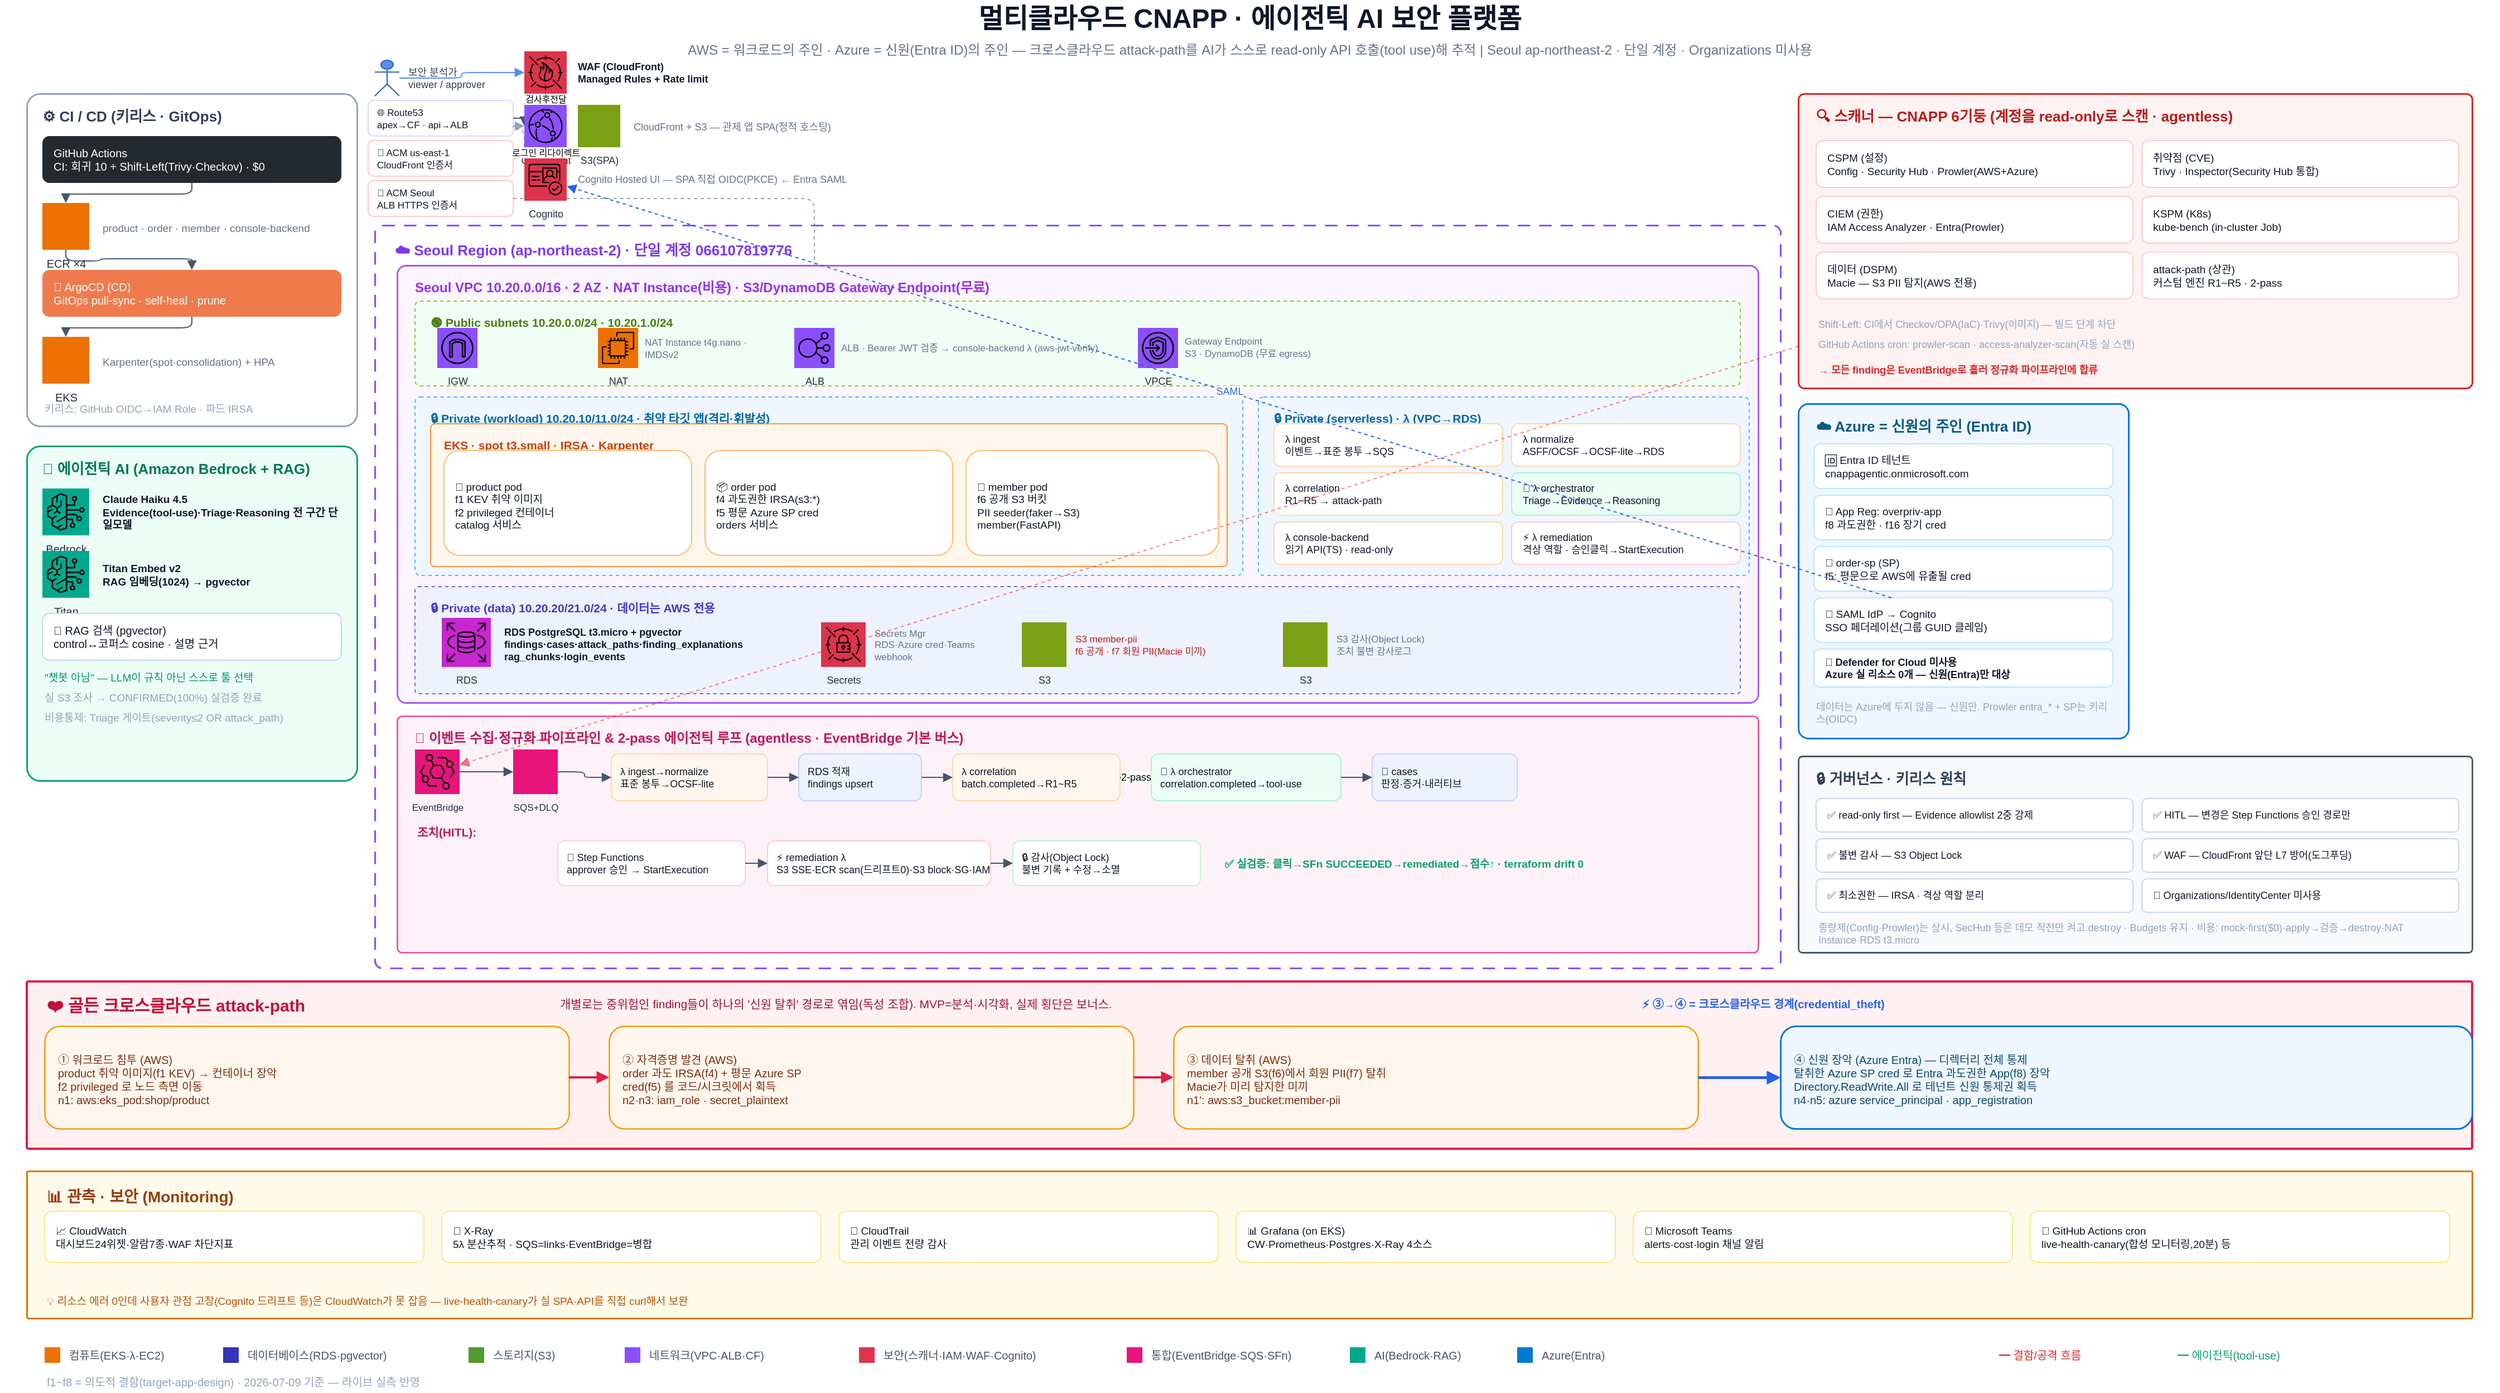
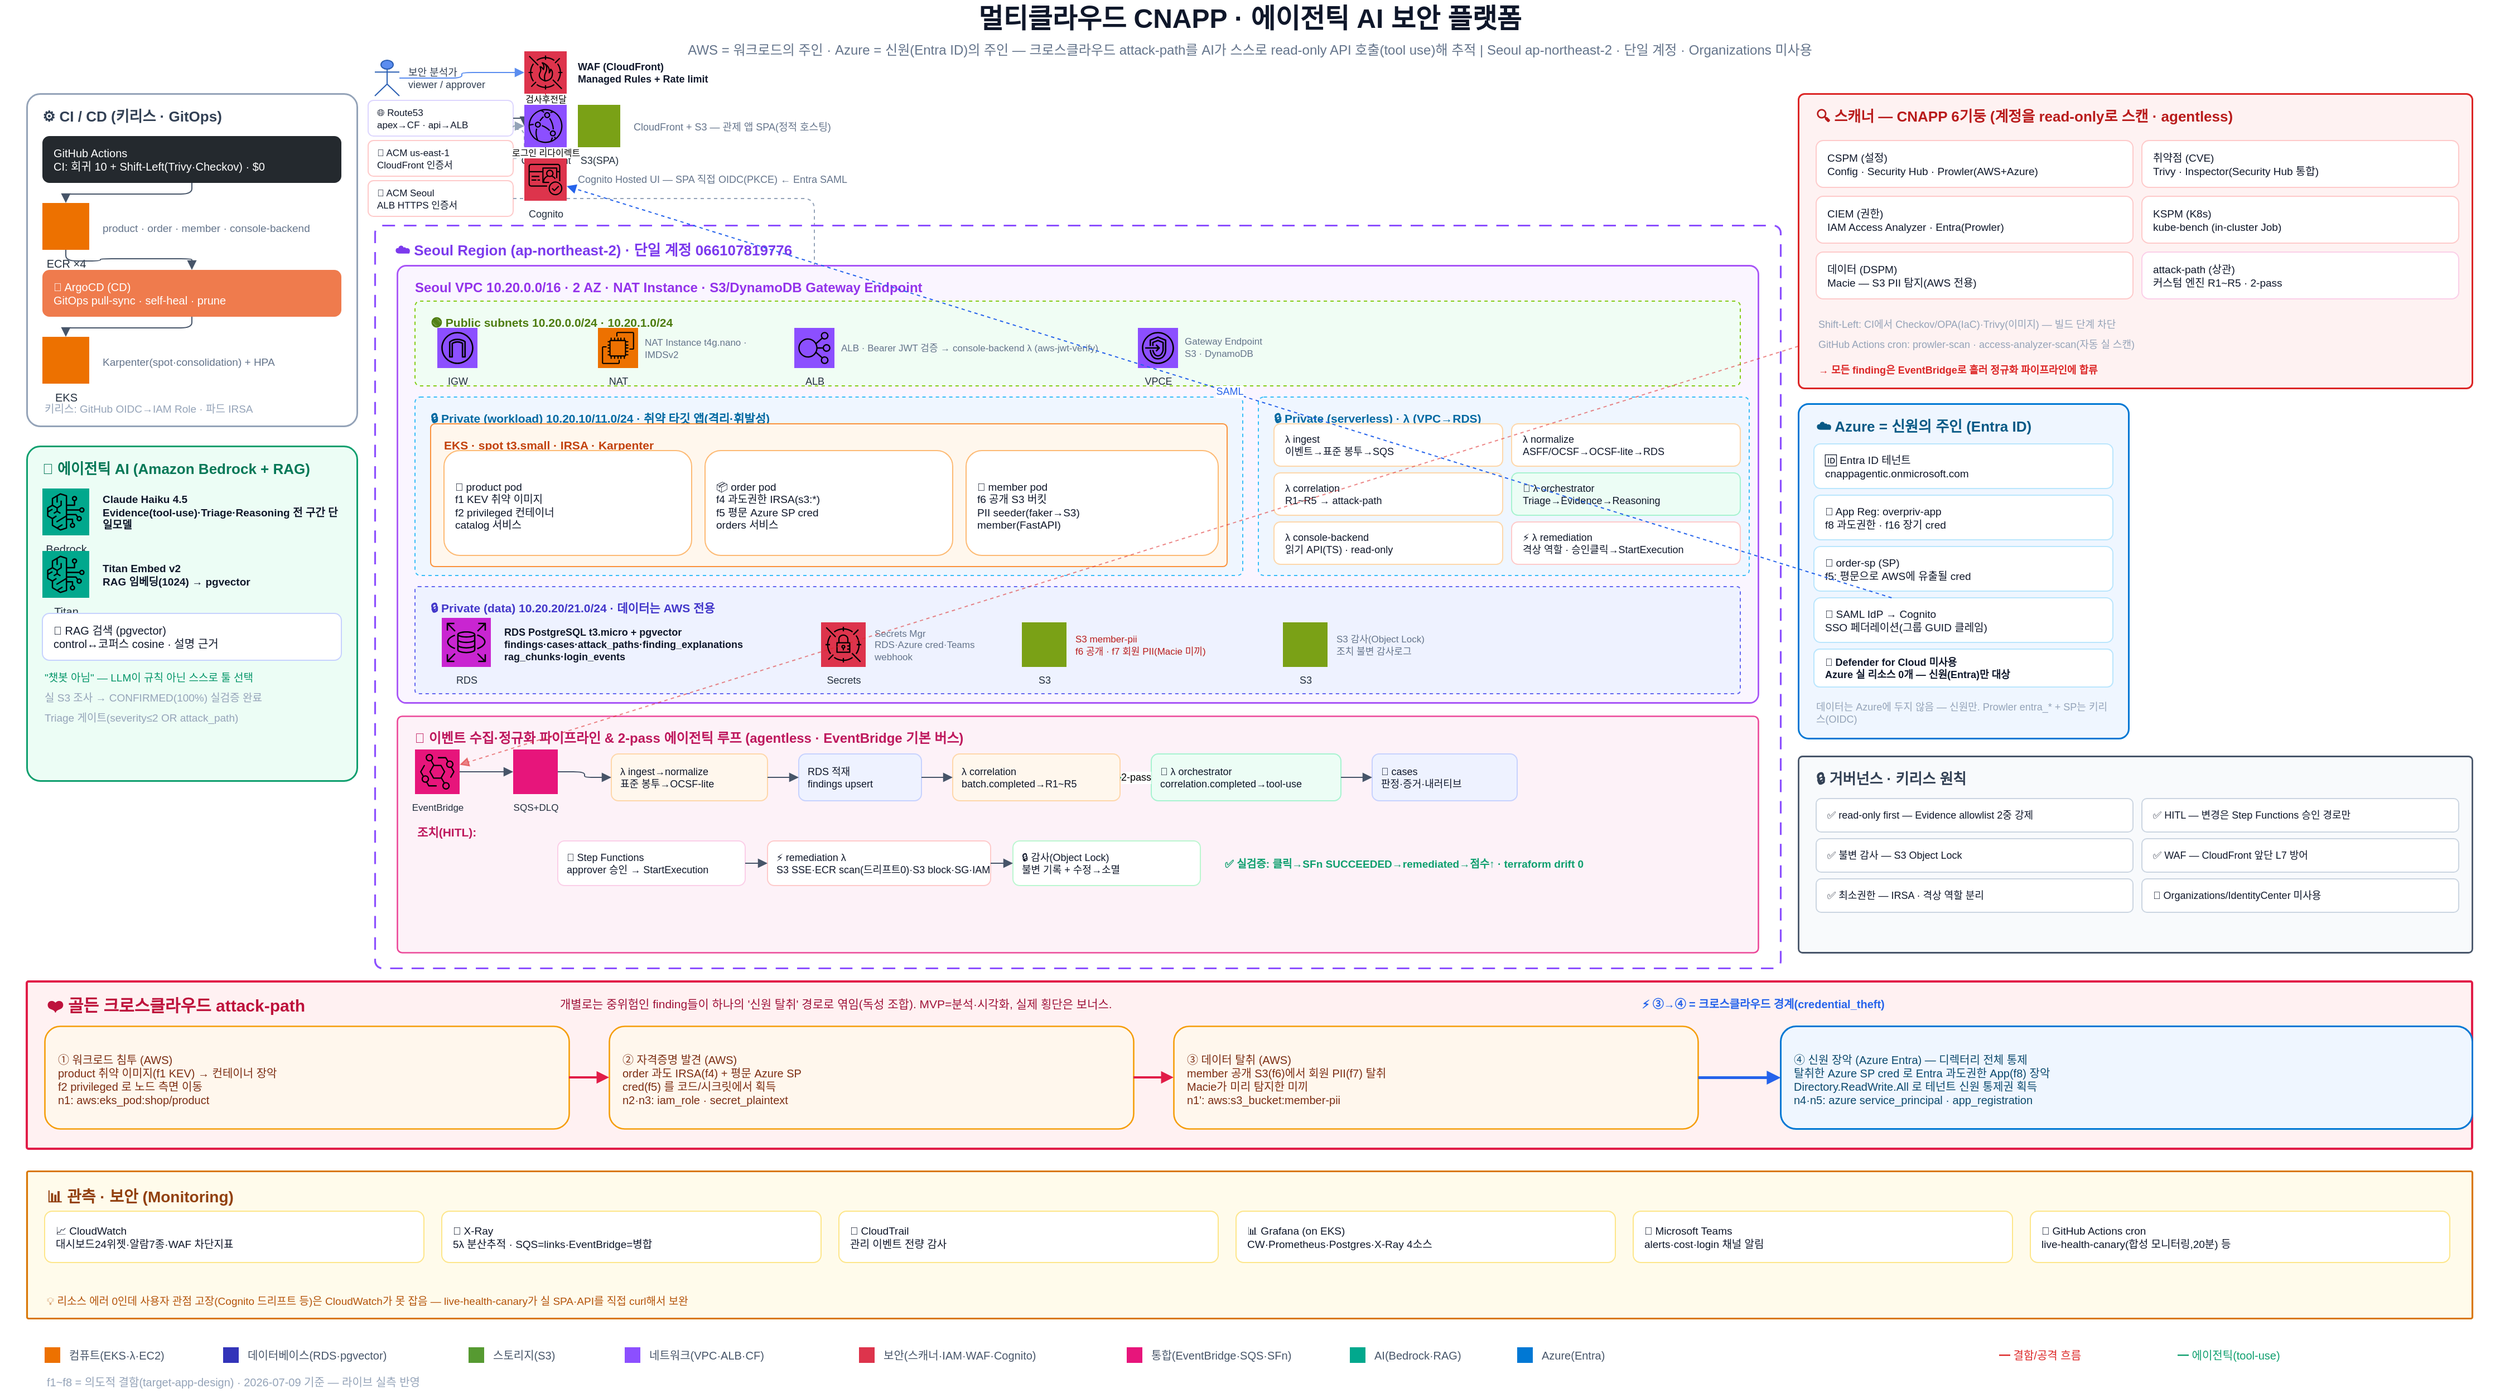
<mxfile host="app.diagrams.net" agent="claude-code" version="24.0.0">
  <diagram id="cnapp-overview-v2" name="CNAPP 전체 개요">
    <mxGraphModel dx="1600" dy="1000" grid="1" gridSize="10" guides="1" tooltips="1" connect="1" arrows="1" fold="1" page="1" pageScale="1" pageWidth="2240" pageHeight="1260" math="0" shadow="0">
      <root>
        <mxCell id="0" />
        <mxCell id="1" parent="0" />

        <!-- ===================== TITLE ===================== -->
        <mxCell id="title" value="멀티클라우드 CNAPP · 에이전틱 AI 보안 플랫폼" style="text;html=1;fontSize=24;fontStyle=1;align=center;verticalAlign=middle;fontColor=#0F172A;" vertex="1" parent="1">
          <mxGeometry x="0" y="4" width="2240" height="34" as="geometry" />
        </mxCell>
        <mxCell id="subtitle" value="AWS = 워크로드의 주인 · Azure = 신원(Entra ID)의 주인 — 크로스클라우드 attack-path를 AI가 스스로 read-only API 호출(tool use)해 추적 | Seoul ap-northeast-2 · 단일 계정 · Organizations 미사용" style="text;html=1;fontSize=12;align=center;verticalAlign=middle;fontColor=#64748B;" vertex="1" parent="1">
          <mxGeometry x="0" y="38" width="2240" height="22" as="geometry" />
        </mxCell>

        <!-- ===================== LEFT: CI/CD ===================== -->
        <mxCell id="Z_CICD" value="⚙️ CI / CD  (키리스 · GitOps)" style="rounded=1;arcSize=4;whiteSpace=wrap;html=1;fillColor=#FFFFFF;strokeColor=#94A3B8;strokeWidth=1.5;verticalAlign=top;align=left;spacingLeft=12;spacingTop=6;fontStyle=1;fontSize=13;fontColor=#334155;" vertex="1" parent="1">
          <mxGeometry x="24" y="88" width="296" height="298" as="geometry" />
        </mxCell>
        <mxCell id="GHA" value="GitHub Actions&#10;CI: 회귀 10 + Shift-Left(Trivy·Checkov) · $0" style="rounded=1;whiteSpace=wrap;html=1;fillColor=#24292E;strokeColor=none;fontColor=#FFFFFF;fontSize=10;align=left;spacingLeft=8;" vertex="1" parent="1">
          <mxGeometry x="38" y="126" width="268" height="42" as="geometry" />
        </mxCell>
        <mxCell id="ECR" value="ECR ×4" style="sketch=0;outlineConnect=0;fontColor=#232F3E;gradientColor=none;fillColor=#ED7100;strokeColor=none;verticalLabelPosition=bottom;verticalAlign=top;align=center;html=1;fontSize=10;aspect=fixed;shape=mxgraph.aws4.resourceIcon;resIcon=mxgraph.aws4.elastic_container_registry;" vertex="1" parent="1">
          <mxGeometry x="38" y="186" width="42" height="42" as="geometry" />
        </mxCell>
        <mxCell id="ECR_TXT" value="product · order · member · console-backend" style="text;html=1;whiteSpace=wrap;align=left;verticalAlign=middle;fontSize=9.5;fontColor=#64748B;" vertex="1" parent="1">
          <mxGeometry x="90" y="196" width="216" height="24" as="geometry" />
        </mxCell>
        <mxCell id="ARGO" value="🚢 ArgoCD (CD)&#10;GitOps pull-sync · self-heal · prune" style="rounded=1;whiteSpace=wrap;html=1;fillColor=#EF7B4D;strokeColor=none;fontColor=#FFFFFF;fontSize=10;align=left;spacingLeft=8;" vertex="1" parent="1">
          <mxGeometry x="38" y="246" width="268" height="42" as="geometry" />
        </mxCell>
        <mxCell id="EKS" value="EKS" style="sketch=0;outlineConnect=0;fontColor=#232F3E;gradientColor=none;fillColor=#ED7100;strokeColor=none;verticalLabelPosition=bottom;verticalAlign=top;align=center;html=1;fontSize=10;aspect=fixed;shape=mxgraph.aws4.resourceIcon;resIcon=mxgraph.aws4.elastic_kubernetes_service;" vertex="1" parent="1">
          <mxGeometry x="38" y="306" width="42" height="42" as="geometry" />
        </mxCell>
        <mxCell id="EKS_TXT" value="Karpenter(spot·consolidation) + HPA" style="text;html=1;whiteSpace=wrap;align=left;verticalAlign=middle;fontSize=9.5;fontColor=#64748B;" vertex="1" parent="1">
          <mxGeometry x="90" y="316" width="216" height="24" as="geometry" />
        </mxCell>
        <mxCell id="CICD_NOTE" value="키리스: GitHub OIDC→IAM Role · 파드 IRSA" style="text;html=1;whiteSpace=wrap;align=left;verticalAlign=middle;fontSize=9.5;fontColor=#94A3B8;" vertex="1" parent="1">
          <mxGeometry x="38" y="360" width="268" height="20" as="geometry" />
        </mxCell>
        <mxCell id="e_c1" style="edgeStyle=orthogonalEdgeStyle;rounded=1;html=1;endArrow=block;strokeColor=#475569;" edge="1" parent="1" source="GHA" target="ECR"><mxGeometry relative="1" as="geometry" /></mxCell>
        <mxCell id="e_c2" style="edgeStyle=orthogonalEdgeStyle;rounded=1;html=1;endArrow=block;strokeColor=#475569;" edge="1" parent="1" source="ECR" target="ARGO"><mxGeometry relative="1" as="geometry" /></mxCell>
        <mxCell id="e_c3" style="edgeStyle=orthogonalEdgeStyle;rounded=1;html=1;endArrow=block;strokeColor=#475569;" edge="1" parent="1" source="ARGO" target="EKS"><mxGeometry relative="1" as="geometry" /></mxCell>

        <!-- ===================== LEFT: AI ===================== -->
        <mxCell id="Z_AI" value="🧠 에이전틱 AI  (Amazon Bedrock + RAG)" style="rounded=1;arcSize=4;whiteSpace=wrap;html=1;fillColor=#ECFDF5;strokeColor=#0E9F6E;strokeWidth=1.5;verticalAlign=top;align=left;spacingLeft=12;spacingTop=6;fontStyle=1;fontSize=13;fontColor=#047857;" vertex="1" parent="1">
          <mxGeometry x="24" y="404" width="296" height="300" as="geometry" />
        </mxCell>
        <mxCell id="BR" value="Bedrock" style="sketch=0;outlineConnect=0;fontColor=#232F3E;gradientColor=none;fillColor=#01A88D;strokeColor=none;verticalLabelPosition=bottom;verticalAlign=top;align=center;html=1;fontSize=10;aspect=fixed;shape=mxgraph.aws4.resourceIcon;resIcon=mxgraph.aws4.bedrock;" vertex="1" parent="1">
          <mxGeometry x="38" y="442" width="42" height="42" as="geometry" />
        </mxCell>
        <mxCell id="BR_TXT" value="Claude Haiku 4.5&#10;Evidence(tool-use)·Triage·Reasoning 전 구간 단일모델" style="text;html=1;whiteSpace=wrap;align=left;verticalAlign=middle;fontSize=9.5;fontColor=#0F172A;fontStyle=1;" vertex="1" parent="1">
          <mxGeometry x="90" y="440" width="216" height="46" as="geometry" />
        </mxCell>
        <mxCell id="TITAN" value="Titan" style="sketch=0;outlineConnect=0;fontColor=#232F3E;gradientColor=none;fillColor=#01A88D;strokeColor=none;verticalLabelPosition=bottom;verticalAlign=top;align=center;html=1;fontSize=10;aspect=fixed;shape=mxgraph.aws4.resourceIcon;resIcon=mxgraph.aws4.bedrock;" vertex="1" parent="1">
          <mxGeometry x="38" y="498" width="42" height="42" as="geometry" />
        </mxCell>
        <mxCell id="TITAN_TXT" value="Titan Embed v2&#10;RAG 임베딩(1024) → pgvector" style="text;html=1;whiteSpace=wrap;align=left;verticalAlign=middle;fontSize=9.5;fontColor=#0F172A;fontStyle=1;" vertex="1" parent="1">
          <mxGeometry x="90" y="500" width="216" height="38" as="geometry" />
        </mxCell>
        <mxCell id="RAGBOX" value="🔎 RAG 검색 (pgvector)&#10;control↔코퍼스 cosine · 설명 근거" style="rounded=1;whiteSpace=wrap;html=1;fillColor=#FFFFFF;strokeColor=#C7D2FE;fontColor=#0F172A;fontSize=10;align=left;spacingLeft=8;" vertex="1" parent="1">
          <mxGeometry x="38" y="554" width="268" height="42" as="geometry" />
        </mxCell>
        <mxCell id="AI_N1" value="&quot;챗봇 아님&quot; — LLM이 규칙 아닌 스스로 툴 선택" style="text;html=1;whiteSpace=wrap;align=left;verticalAlign=middle;fontSize=9.5;fontColor=#059669;" vertex="1" parent="1">
          <mxGeometry x="38" y="602" width="268" height="18" as="geometry" />
        </mxCell>
        <mxCell id="AI_N2" value="실 S3 조사 → CONFIRMED(100%) 실검증 완료" style="text;html=1;whiteSpace=wrap;align=left;verticalAlign=middle;fontSize=9.5;fontColor=#94A3B8;" vertex="1" parent="1">
          <mxGeometry x="38" y="620" width="268" height="18" as="geometry" />
        </mxCell>
-         <mxCell id="AI_N4" value="비용통제: Triage 게이트(severity≤2 OR attack_path)" style="text;html=1;whiteSpace=wrap;align=left;verticalAlign=middle;fontSize=9.5;fontColor=#94A3B8;" vertex="1" parent="1">
+         <mxCell id="AI_N4" value="Triage 게이트(severity≤2 OR attack_path)" style="text;html=1;whiteSpace=wrap;align=left;verticalAlign=middle;fontSize=9.5;fontColor=#94A3B8;" vertex="1" parent="1">
          <mxGeometry x="38" y="638" width="268" height="18" as="geometry" />
        </mxCell>

        <!-- ===================== TOP: SSO 진입 (옵션B: SPA 직접 OIDC) ===================== -->
        <mxCell id="USER" value="" style="shape=umlActor;html=1;outlineConnect=0;fillColor=#5B8DEF;strokeColor=#2B5FB3;" vertex="1" parent="1">
          <mxGeometry x="336" y="58" width="22" height="32" as="geometry" />
        </mxCell>
        <mxCell id="USER_TXT" value="보안 분석가&#10;viewer / approver" style="text;html=1;whiteSpace=wrap;align=left;verticalAlign=middle;fontSize=9;fontColor=#334155;" vertex="1" parent="1">
          <mxGeometry x="364" y="58" width="100" height="32" as="geometry" />
        </mxCell>

        <!-- ===================== TOP: Route53 + ACM ===================== -->
        <mxCell id="ROUTE53" value="🌐 Route53&#10;apex→CF · api→ALB" style="rounded=1;whiteSpace=wrap;html=1;fillColor=#FFFFFF;strokeColor=#DDD6FE;fontColor=#0F172A;fontSize=8.5;align=left;spacingLeft=6;verticalAlign=middle;" vertex="1" parent="1">
          <mxGeometry x="330" y="94" width="130" height="32" as="geometry" />
        </mxCell>
        <mxCell id="ACM_CF" value="📜 ACM us-east-1&#10;CloudFront 인증서" style="rounded=1;whiteSpace=wrap;html=1;fillColor=#FFFFFF;strokeColor=#FECACA;fontColor=#0F172A;fontSize=8.5;align=left;spacingLeft=6;verticalAlign=middle;" vertex="1" parent="1">
          <mxGeometry x="330" y="130" width="130" height="32" as="geometry" />
        </mxCell>
        <mxCell id="ACM_ALB" value="📜 ACM Seoul&#10;ALB HTTPS 인증서" style="rounded=1;whiteSpace=wrap;html=1;fillColor=#FFFFFF;strokeColor=#FECACA;fontColor=#0F172A;fontSize=8.5;align=left;spacingLeft=6;verticalAlign=middle;" vertex="1" parent="1">
          <mxGeometry x="330" y="166" width="130" height="32" as="geometry" />
        </mxCell>
        <mxCell id="e_r53_cf" style="edgeStyle=orthogonalEdgeStyle;rounded=1;html=1;endArrow=block;strokeColor=#475569;" edge="1" parent="1" source="ROUTE53" target="CF"><mxGeometry relative="1" as="geometry" /></mxCell>
        <mxCell id="e_acmcf_cf" style="edgeStyle=orthogonalEdgeStyle;rounded=1;html=1;endArrow=block;dashed=1;strokeColor=#94A3B8;" edge="1" parent="1" source="ACM_CF" target="CF"><mxGeometry relative="1" as="geometry" /></mxCell>
        <mxCell id="e_acmalb_alb" style="edgeStyle=orthogonalEdgeStyle;rounded=1;html=1;endArrow=block;dashed=1;strokeColor=#94A3B8;" edge="1" parent="1" source="ACM_ALB" target="ALB"><mxGeometry relative="1" as="geometry" /></mxCell>
        <mxCell id="WAF" value="WAF" style="sketch=0;outlineConnect=0;fontColor=#232F3E;gradientColor=none;fillColor=#DD344C;strokeColor=none;verticalLabelPosition=bottom;verticalAlign=top;align=center;html=1;fontSize=9;aspect=fixed;shape=mxgraph.aws4.resourceIcon;resIcon=mxgraph.aws4.waf;" vertex="1" parent="1">
          <mxGeometry x="470" y="50" width="38" height="38" as="geometry" />
        </mxCell>
        <mxCell id="WAF_TXT" value="WAF (CloudFront)&#10;Managed Rules + Rate limit" style="text;html=1;whiteSpace=wrap;align=left;verticalAlign=middle;fontSize=9;fontColor=#0F172A;fontStyle=1;" vertex="1" parent="1">
          <mxGeometry x="516" y="52" width="180" height="34" as="geometry" />
        </mxCell>
        <mxCell id="CF" value="CloudFront" style="sketch=0;outlineConnect=0;fontColor=#232F3E;gradientColor=none;fillColor=#8C4FFF;strokeColor=none;verticalLabelPosition=bottom;verticalAlign=top;align=center;html=1;fontSize=9;aspect=fixed;shape=mxgraph.aws4.resourceIcon;resIcon=mxgraph.aws4.cloudfront;" vertex="1" parent="1">
          <mxGeometry x="470" y="98" width="38" height="38" as="geometry" />
        </mxCell>
        <mxCell id="SPA" value="S3(SPA)" style="sketch=0;outlineConnect=0;fontColor=#232F3E;gradientColor=none;fillColor=#7AA116;strokeColor=none;verticalLabelPosition=bottom;verticalAlign=top;align=center;html=1;fontSize=9;aspect=fixed;shape=mxgraph.aws4.resourceIcon;resIcon=mxgraph.aws4.simple_storage_service;" vertex="1" parent="1">
          <mxGeometry x="518" y="98" width="38" height="38" as="geometry" />
        </mxCell>
        <mxCell id="CF_TXT" value="CloudFront + S3 — 관제 앱 SPA(정적 호스팅)" style="text;html=1;whiteSpace=wrap;align=left;verticalAlign=middle;fontSize=9;fontColor=#64748B;" vertex="1" parent="1">
          <mxGeometry x="566" y="106" width="200" height="24" as="geometry" />
        </mxCell>
        <mxCell id="COG" value="Cognito" style="sketch=0;outlineConnect=0;fontColor=#232F3E;gradientColor=none;fillColor=#DD344C;strokeColor=none;verticalLabelPosition=bottom;verticalAlign=top;align=center;html=1;fontSize=9;aspect=fixed;shape=mxgraph.aws4.resourceIcon;resIcon=mxgraph.aws4.cognito;" vertex="1" parent="1">
          <mxGeometry x="470" y="146" width="38" height="38" as="geometry" />
        </mxCell>
        <mxCell id="COG_TXT" value="Cognito Hosted UI — SPA 직접 OIDC(PKCE) ← Entra SAML" style="text;html=1;whiteSpace=wrap;align=left;verticalAlign=middle;fontSize=9;fontColor=#64748B;" vertex="1" parent="1">
          <mxGeometry x="516" y="146" width="250" height="38" as="geometry" />
        </mxCell>
        <mxCell id="e_u1" style="edgeStyle=orthogonalEdgeStyle;rounded=1;html=1;endArrow=block;strokeColor=#5B8DEF;fontSize=9;" edge="1" parent="1" source="USER" target="WAF"><mxGeometry relative="1" as="geometry" /></mxCell>
        <mxCell id="e_u2" value="검사후전달" style="edgeStyle=orthogonalEdgeStyle;rounded=1;html=1;endArrow=block;strokeColor=#DD344C;fontSize=8;" edge="1" parent="1" source="WAF" target="CF"><mxGeometry relative="1" as="geometry" /></mxCell>
        <mxCell id="e_u3" value="로그인 리다이렉트" style="edgeStyle=orthogonalEdgeStyle;rounded=1;html=1;endArrow=block;strokeColor=#475569;fontSize=8;" edge="1" parent="1" source="CF" target="COG"><mxGeometry relative="1" as="geometry" /></mxCell>

        <!-- ===================== CENTER: Seoul Region ===================== -->
        <mxCell id="Z_REGION" value="☁️ Seoul Region (ap-northeast-2) · 단일 계정 066107819776" style="rounded=1;arcSize=1;whiteSpace=wrap;html=1;fillColor=none;strokeColor=#8C4FFF;strokeWidth=1.6;dashed=1;dashPattern=7 5;verticalAlign=top;align=left;spacingLeft=16;spacingTop=8;fontStyle=1;fontSize=13;fontColor=#7C3AED;" vertex="1" parent="1">
          <mxGeometry x="336" y="206" width="1260" height="666" as="geometry" />
        </mxCell>
-         <mxCell id="Z_VPC" value="Seoul VPC 10.20.0.0/16 · 2 AZ · NAT Instance(비용) · S3/DynamoDB Gateway Endpoint(무료)" style="rounded=1;arcSize=2;whiteSpace=wrap;html=1;fillColor=#FAF5FF;strokeColor=#A855F7;strokeWidth=1.4;verticalAlign=top;align=left;spacingLeft=14;spacingTop=6;fontStyle=1;fontSize=12;fontColor=#9333EA;" vertex="1" parent="1">
+         <mxCell id="Z_VPC" value="Seoul VPC 10.20.0.0/16 · 2 AZ · NAT Instance · S3/DynamoDB Gateway Endpoint" style="rounded=1;arcSize=2;whiteSpace=wrap;html=1;fillColor=#FAF5FF;strokeColor=#A855F7;strokeWidth=1.4;verticalAlign=top;align=left;spacingLeft=14;spacingTop=6;fontStyle=1;fontSize=12;fontColor=#9333EA;" vertex="1" parent="1">
          <mxGeometry x="356" y="242" width="1220" height="392" as="geometry" />
        </mxCell>

        <!-- Public subnet -->
        <mxCell id="Z_PUB" value="🟢 Public subnets  10.20.0.0/24 · 10.20.1.0/24" style="rounded=1;arcSize=6;whiteSpace=wrap;html=1;fillColor=#F0FDF4;strokeColor=#84CC16;dashed=1;verticalAlign=top;align=left;spacingLeft=12;spacingTop=6;fontStyle=1;fontSize=10.5;fontColor=#4D7C0F;" vertex="1" parent="1">
          <mxGeometry x="372" y="274" width="1188" height="76" as="geometry" />
        </mxCell>
        <mxCell id="IGW" value="IGW" style="sketch=0;outlineConnect=0;fontColor=#232F3E;gradientColor=none;fillColor=#8C4FFF;strokeColor=none;verticalLabelPosition=bottom;verticalAlign=top;align=center;html=1;fontSize=9;aspect=fixed;shape=mxgraph.aws4.resourceIcon;resIcon=mxgraph.aws4.internet_gateway;" vertex="1" parent="1">
          <mxGeometry x="392" y="298" width="36" height="36" as="geometry" />
        </mxCell>
        <mxCell id="NAT" value="NAT" style="sketch=0;outlineConnect=0;fontColor=#232F3E;gradientColor=none;fillColor=#ED7100;strokeColor=none;verticalLabelPosition=bottom;verticalAlign=top;align=center;html=1;fontSize=9;aspect=fixed;shape=mxgraph.aws4.resourceIcon;resIcon=mxgraph.aws4.ec2;" vertex="1" parent="1">
          <mxGeometry x="536" y="298" width="36" height="36" as="geometry" />
        </mxCell>
        <mxCell id="NAT_TXT" value="NAT Instance t4g.nano · IMDSv2" style="text;html=1;whiteSpace=wrap;align=left;verticalAlign=middle;fontSize=8.5;fontColor=#64748B;" vertex="1" parent="1">
          <mxGeometry x="576" y="304" width="120" height="24" as="geometry" />
        </mxCell>
        <mxCell id="ALB" value="ALB" style="sketch=0;outlineConnect=0;fontColor=#232F3E;gradientColor=none;fillColor=#8C4FFF;strokeColor=none;verticalLabelPosition=bottom;verticalAlign=top;align=center;html=1;fontSize=9;aspect=fixed;shape=mxgraph.aws4.resourceIcon;resIcon=mxgraph.aws4.elastic_load_balancing;" vertex="1" parent="1">
          <mxGeometry x="712" y="298" width="36" height="36" as="geometry" />
        </mxCell>
        <mxCell id="ALB_TXT" value="ALB · Bearer JWT 검증 → console-backend λ (aws-jwt-verify)" style="text;html=1;whiteSpace=wrap;align=left;verticalAlign=middle;fontSize=8.5;fontColor=#64748B;" vertex="1" parent="1">
          <mxGeometry x="752" y="298" width="240" height="36" as="geometry" />
        </mxCell>
        <mxCell id="VPCE" value="VPCE" style="sketch=0;outlineConnect=0;fontColor=#232F3E;gradientColor=none;fillColor=#8C4FFF;strokeColor=none;verticalLabelPosition=bottom;verticalAlign=top;align=center;html=1;fontSize=9;aspect=fixed;shape=mxgraph.aws4.resourceIcon;resIcon=mxgraph.aws4.endpoints;" vertex="1" parent="1">
          <mxGeometry x="1020" y="298" width="36" height="36" as="geometry" />
        </mxCell>
-         <mxCell id="VPCE_TXT" value="Gateway Endpoint&#10;S3 · DynamoDB (무료 egress)" style="text;html=1;whiteSpace=wrap;align=left;verticalAlign=middle;fontSize=8.5;fontColor=#64748B;" vertex="1" parent="1">
+         <mxCell id="VPCE_TXT" value="Gateway Endpoint&#10;S3 · DynamoDB" style="text;html=1;whiteSpace=wrap;align=left;verticalAlign=middle;fontSize=8.5;fontColor=#64748B;" vertex="1" parent="1">
          <mxGeometry x="1060" y="296" width="180" height="38" as="geometry" />
        </mxCell>

        <!-- Private subnet: workload (EKS) -->
        <mxCell id="Z_WORK" value="🔒 Private (workload) 10.20.10/11.0/24 · 취약 타깃 앱(격리·휘발성)" style="rounded=1;arcSize=3;whiteSpace=wrap;html=1;fillColor=#EFF6FF;strokeColor=#38BDF8;dashed=1;verticalAlign=top;align=left;spacingLeft=12;spacingTop=6;fontStyle=1;fontSize=10.5;fontColor=#0369A1;" vertex="1" parent="1">
          <mxGeometry x="372" y="360" width="742" height="160" as="geometry" />
        </mxCell>
        <mxCell id="Z_EKS2" value="EKS · spot t3.small · IRSA · Karpenter" style="rounded=1;arcSize=3;whiteSpace=wrap;html=1;fillColor=#FFF7ED;strokeColor=#FB923C;verticalAlign=top;align=left;spacingLeft=10;spacingTop=6;fontStyle=1;fontSize=10.5;fontColor=#C2410C;" vertex="1" parent="1">
          <mxGeometry x="386" y="384" width="714" height="128" as="geometry" />
        </mxCell>
        <mxCell id="POD_PRODUCT" value="🛒 product pod&#10;f1 KEV 취약 이미지&#10;f2 privileged 컨테이너&#10;catalog 서비스" style="rounded=1;whiteSpace=wrap;html=1;fillColor=#FFFFFF;strokeColor=#FDBA74;fontColor=#0F172A;fontSize=9.5;align=left;spacingLeft=8;spacingTop=4;" vertex="1" parent="1">
          <mxGeometry x="398" y="408" width="222" height="94" as="geometry" />
        </mxCell>
        <mxCell id="POD_ORDER" value="📦 order pod&#10;f4 과도권한 IRSA(s3:*)&#10;f5 평문 Azure SP cred&#10;orders 서비스" style="rounded=1;whiteSpace=wrap;html=1;fillColor=#FFFFFF;strokeColor=#FDBA74;fontColor=#0F172A;fontSize=9.5;align=left;spacingLeft=8;spacingTop=4;" vertex="1" parent="1">
          <mxGeometry x="632" y="408" width="222" height="94" as="geometry" />
        </mxCell>
        <mxCell id="POD_MEMBER" value="👤 member pod&#10;f6 공개 S3 버킷&#10;PII seeder(faker→S3)&#10;member(FastAPI)" style="rounded=1;whiteSpace=wrap;html=1;fillColor=#FFFFFF;strokeColor=#FDBA74;fontColor=#0F172A;fontSize=9.5;align=left;spacingLeft=8;spacingTop=4;" vertex="1" parent="1">
          <mxGeometry x="866" y="408" width="226" height="94" as="geometry" />
        </mxCell>

        <!-- Private subnet: serverless -->
        <mxCell id="Z_SVLESS" value="🔒 Private (serverless) · λ (VPC→RDS)" style="rounded=1;arcSize=3;whiteSpace=wrap;html=1;fillColor=#EFF6FF;strokeColor=#38BDF8;dashed=1;verticalAlign=top;align=left;spacingLeft=12;spacingTop=6;fontStyle=1;fontSize=10.5;fontColor=#0369A1;" vertex="1" parent="1">
          <mxGeometry x="1128" y="360" width="440" height="160" as="geometry" />
        </mxCell>
        <mxCell id="L_INGEST" value="λ ingest&#10;이벤트→표준 봉투→SQS" style="rounded=1;whiteSpace=wrap;html=1;fillColor=#FFFFFF;strokeColor=#FED7AA;fontColor=#0F172A;fontSize=9;align=left;spacingLeft=8;" vertex="1" parent="1">
          <mxGeometry x="1142" y="384" width="205" height="38" as="geometry" />
        </mxCell>
        <mxCell id="L_NORM" value="λ normalize&#10;ASFF/OCSF→OCSF-lite→RDS" style="rounded=1;whiteSpace=wrap;html=1;fillColor=#FFFFFF;strokeColor=#FED7AA;fontColor=#0F172A;fontSize=9;align=left;spacingLeft=8;" vertex="1" parent="1">
          <mxGeometry x="1355" y="384" width="205" height="38" as="geometry" />
        </mxCell>
        <mxCell id="L_CORR" value="λ correlation&#10;R1~R5 → attack-path" style="rounded=1;whiteSpace=wrap;html=1;fillColor=#FFFFFF;strokeColor=#FED7AA;fontColor=#0F172A;fontSize=9;align=left;spacingLeft=8;" vertex="1" parent="1">
          <mxGeometry x="1142" y="428" width="205" height="38" as="geometry" />
        </mxCell>
        <mxCell id="L_ORCH" value="🧠 λ orchestrator&#10;Triage→Evidence→Reasoning" style="rounded=1;whiteSpace=wrap;html=1;fillColor=#ECFDF5;strokeColor=#A7F3D0;fontColor=#0F172A;fontSize=9;align=left;spacingLeft=8;" vertex="1" parent="1">
          <mxGeometry x="1355" y="428" width="205" height="38" as="geometry" />
        </mxCell>
        <mxCell id="L_CBACK" value="λ console-backend&#10;읽기 API(TS) · read-only" style="rounded=1;whiteSpace=wrap;html=1;fillColor=#FFFFFF;strokeColor=#FED7AA;fontColor=#0F172A;fontSize=9;align=left;spacingLeft=8;" vertex="1" parent="1">
          <mxGeometry x="1142" y="472" width="205" height="38" as="geometry" />
        </mxCell>
        <mxCell id="L_REMED" value="⚡ λ remediation&#10;격상 역할 · 승인클릭→StartExecution" style="rounded=1;whiteSpace=wrap;html=1;fillColor=#FFFFFF;strokeColor=#FECACA;fontColor=#0F172A;fontSize=9;align=left;spacingLeft=8;" vertex="1" parent="1">
          <mxGeometry x="1355" y="472" width="205" height="38" as="geometry" />
        </mxCell>

        <!-- Private subnet: data -->
        <mxCell id="Z_DATA" value="🔒 Private (data) 10.20.20/21.0/24 · 데이터는 AWS 전용" style="rounded=1;arcSize=3;whiteSpace=wrap;html=1;fillColor=#EEF2FF;strokeColor=#6366F1;dashed=1;verticalAlign=top;align=left;spacingLeft=12;spacingTop=6;fontStyle=1;fontSize=10.5;fontColor=#4338CA;" vertex="1" parent="1">
          <mxGeometry x="372" y="530" width="1188" height="96" as="geometry" />
        </mxCell>
        <mxCell id="RDS" value="RDS" style="sketch=0;outlineConnect=0;fontColor=#232F3E;gradientColor=none;fillColor=#C925D1;strokeColor=none;verticalLabelPosition=bottom;verticalAlign=top;align=center;html=1;fontSize=9;aspect=fixed;shape=mxgraph.aws4.resourceIcon;resIcon=mxgraph.aws4.rds;" vertex="1" parent="1">
          <mxGeometry x="396" y="558" width="44" height="44" as="geometry" />
        </mxCell>
        <mxCell id="RDS_TXT" value="RDS PostgreSQL t3.micro + pgvector&#10;findings·cases·attack_paths·finding_explanations&#10;rag_chunks·login_events" style="text;html=1;whiteSpace=wrap;align=left;verticalAlign=middle;fontSize=9;fontColor=#0F172A;fontStyle=1;" vertex="1" parent="1">
          <mxGeometry x="450" y="554" width="266" height="56" as="geometry" />
        </mxCell>
        <mxCell id="SM" value="Secrets" style="sketch=0;outlineConnect=0;fontColor=#232F3E;gradientColor=none;fillColor=#DD344C;strokeColor=none;verticalLabelPosition=bottom;verticalAlign=top;align=center;html=1;fontSize=9;aspect=fixed;shape=mxgraph.aws4.resourceIcon;resIcon=mxgraph.aws4.secrets_manager;" vertex="1" parent="1">
          <mxGeometry x="736" y="562" width="40" height="40" as="geometry" />
        </mxCell>
        <mxCell id="SM_TXT" value="Secrets Mgr&#10;RDS·Azure cred·Teams webhook" style="text;html=1;whiteSpace=wrap;align=left;verticalAlign=middle;fontSize=8.5;fontColor=#64748B;" vertex="1" parent="1">
          <mxGeometry x="782" y="566" width="120" height="32" as="geometry" />
        </mxCell>
        <mxCell id="S3PII" value="S3" style="sketch=0;outlineConnect=0;fontColor=#232F3E;gradientColor=none;fillColor=#7AA116;strokeColor=none;verticalLabelPosition=bottom;verticalAlign=top;align=center;html=1;fontSize=9;aspect=fixed;shape=mxgraph.aws4.resourceIcon;resIcon=mxgraph.aws4.simple_storage_service;" vertex="1" parent="1">
          <mxGeometry x="916" y="562" width="40" height="40" as="geometry" />
        </mxCell>
        <mxCell id="S3PII_TXT" value="S3 member-pii&#10;f6 공개 · f7 회원 PII(Macie 미끼)" style="text;html=1;whiteSpace=wrap;align=left;verticalAlign=middle;fontSize=8.5;fontColor=#B91C1C;" vertex="1" parent="1">
          <mxGeometry x="962" y="566" width="180" height="32" as="geometry" />
        </mxCell>
        <mxCell id="S3AUDIT" value="S3" style="sketch=0;outlineConnect=0;fontColor=#232F3E;gradientColor=none;fillColor=#7AA116;strokeColor=none;verticalLabelPosition=bottom;verticalAlign=top;align=center;html=1;fontSize=9;aspect=fixed;shape=mxgraph.aws4.resourceIcon;resIcon=mxgraph.aws4.simple_storage_service;" vertex="1" parent="1">
          <mxGeometry x="1150" y="562" width="40" height="40" as="geometry" />
        </mxCell>
        <mxCell id="S3AUDIT_TXT" value="S3 감사(Object Lock)&#10;조치 불변 감사로그" style="text;html=1;whiteSpace=wrap;align=left;verticalAlign=middle;fontSize=8.5;fontColor=#64748B;" vertex="1" parent="1">
          <mxGeometry x="1196" y="566" width="160" height="32" as="geometry" />
        </mxCell>

        <!-- Pipeline band -->
        <mxCell id="Z_PIPE" value="🔁 이벤트 수집·정규화 파이프라인 &amp; 2-pass 에이전틱 루프 (agentless · EventBridge 기본 버스)" style="rounded=1;arcSize=2;whiteSpace=wrap;html=1;fillColor=#FDF2F8;strokeColor=#EC4899;strokeWidth=1.3;verticalAlign=top;align=left;spacingLeft=14;spacingTop=6;fontStyle=1;fontSize=12;fontColor=#BE185D;" vertex="1" parent="1">
          <mxGeometry x="356" y="646" width="1220" height="212" as="geometry" />
        </mxCell>
        <mxCell id="EB2" value="EventBridge" style="sketch=0;outlineConnect=0;fontColor=#232F3E;gradientColor=none;fillColor=#E7157B;strokeColor=none;verticalLabelPosition=bottom;verticalAlign=top;align=center;html=1;fontSize=8.5;aspect=fixed;shape=mxgraph.aws4.resourceIcon;resIcon=mxgraph.aws4.eventbridge;" vertex="1" parent="1">
          <mxGeometry x="372" y="676" width="40" height="40" as="geometry" />
        </mxCell>
        <mxCell id="SQS2" value="SQS+DLQ" style="sketch=0;outlineConnect=0;fontColor=#232F3E;gradientColor=none;fillColor=#E7157B;strokeColor=none;verticalLabelPosition=bottom;verticalAlign=top;align=center;html=1;fontSize=8.5;aspect=fixed;shape=mxgraph.aws4.resourceIcon;resIcon=mxgraph.aws4.simple_queue_service;" vertex="1" parent="1">
          <mxGeometry x="460" y="676" width="40" height="40" as="geometry" />
        </mxCell>
        <mxCell id="P_INGNORM" value="λ ingest→normalize&#10;표준 봉투→OCSF-lite" style="rounded=1;whiteSpace=wrap;html=1;fillColor=#FFF7ED;strokeColor=#FED7AA;fontColor=#0F172A;fontSize=9;align=left;spacingLeft=6;" vertex="1" parent="1">
          <mxGeometry x="548" y="680" width="140" height="42" as="geometry" />
        </mxCell>
        <mxCell id="P_RDS" value="RDS 적재&#10;findings upsert" style="rounded=1;whiteSpace=wrap;html=1;fillColor=#EEF2FF;strokeColor=#C7D2FE;fontColor=#0F172A;fontSize=9;align=left;spacingLeft=6;" vertex="1" parent="1">
          <mxGeometry x="716" y="680" width="110" height="42" as="geometry" />
        </mxCell>
        <mxCell id="P_CORR" value="λ correlation&#10;batch.completed→R1~R5" style="rounded=1;whiteSpace=wrap;html=1;fillColor=#FFF7ED;strokeColor=#FED7AA;fontColor=#0F172A;fontSize=9;align=left;spacingLeft=6;" vertex="1" parent="1">
          <mxGeometry x="854" y="680" width="150" height="42" as="geometry" />
        </mxCell>
        <mxCell id="P_ORCH" value="🧠 λ orchestrator&#10;correlation.completed→tool-use" style="rounded=1;whiteSpace=wrap;html=1;fillColor=#ECFDF5;strokeColor=#A7F3D0;fontColor=#0F172A;fontSize=9;align=left;spacingLeft=6;" vertex="1" parent="1">
          <mxGeometry x="1032" y="680" width="170" height="42" as="geometry" />
        </mxCell>
        <mxCell id="P_CASES" value="📁 cases&#10;판정·증거·내러티브" style="rounded=1;whiteSpace=wrap;html=1;fillColor=#EEF2FF;strokeColor=#C7D2FE;fontColor=#0F172A;fontSize=9;align=left;spacingLeft=6;" vertex="1" parent="1">
          <mxGeometry x="1230" y="680" width="130" height="42" as="geometry" />
        </mxCell>
        <mxCell id="e_p1" style="edgeStyle=orthogonalEdgeStyle;rounded=1;html=1;endArrow=block;strokeColor=#475569;" edge="1" parent="1" source="EB2" target="SQS2"><mxGeometry relative="1" as="geometry" /></mxCell>
        <mxCell id="e_p2" style="edgeStyle=orthogonalEdgeStyle;rounded=1;html=1;endArrow=block;strokeColor=#475569;" edge="1" parent="1" source="SQS2" target="P_INGNORM"><mxGeometry relative="1" as="geometry" /></mxCell>
        <mxCell id="e_p3" style="edgeStyle=orthogonalEdgeStyle;rounded=1;html=1;endArrow=block;strokeColor=#475569;" edge="1" parent="1" source="P_INGNORM" target="P_RDS"><mxGeometry relative="1" as="geometry" /></mxCell>
        <mxCell id="e_p4" style="edgeStyle=orthogonalEdgeStyle;rounded=1;html=1;endArrow=block;strokeColor=#475569;" edge="1" parent="1" source="P_RDS" target="P_CORR"><mxGeometry relative="1" as="geometry" /></mxCell>
        <mxCell id="e_p5" value="2-pass" style="edgeStyle=orthogonalEdgeStyle;rounded=1;html=1;endArrow=block;strokeColor=#0E9F6E;strokeWidth=1.5;fontSize=9;" edge="1" parent="1" source="P_CORR" target="P_ORCH"><mxGeometry relative="1" as="geometry" /></mxCell>
        <mxCell id="e_p6" style="edgeStyle=orthogonalEdgeStyle;rounded=1;html=1;endArrow=block;strokeColor=#475569;" edge="1" parent="1" source="P_ORCH" target="P_CASES"><mxGeometry relative="1" as="geometry" /></mxCell>

        <mxCell id="HITL_LABEL" value="조치(HITL):" style="text;html=1;whiteSpace=wrap;align=left;verticalAlign=middle;fontSize=10.5;fontColor=#BE185D;fontStyle=1;" vertex="1" parent="1">
          <mxGeometry x="372" y="740" width="120" height="20" as="geometry" />
        </mxCell>
        <mxCell id="SFN2" value="🔀 Step Functions&#10;approver 승인 → StartExecution" style="rounded=1;whiteSpace=wrap;html=1;fillColor=#FFFFFF;strokeColor=#FBCFE8;fontColor=#0F172A;fontSize=9;align=left;spacingLeft=6;" vertex="1" parent="1">
          <mxGeometry x="500" y="758" width="168" height="40" as="geometry" />
        </mxCell>
        <mxCell id="REMED2" value="⚡ remediation λ&#10;S3 SSE·ECR scan(드리프트0)·S3 block·SG·IAM" style="rounded=1;whiteSpace=wrap;html=1;fillColor=#FFFFFF;strokeColor=#FECACA;fontColor=#0F172A;fontSize=9;align=left;spacingLeft=6;" vertex="1" parent="1">
          <mxGeometry x="688" y="758" width="200" height="40" as="geometry" />
        </mxCell>
        <mxCell id="AUDIT2" value="🔒 감사(Object Lock)&#10;불변 기록 + 수정→소멸" style="rounded=1;whiteSpace=wrap;html=1;fillColor=#FFFFFF;strokeColor=#BBF7D0;fontColor=#0F172A;fontSize=9;align=left;spacingLeft=6;" vertex="1" parent="1">
          <mxGeometry x="908" y="758" width="168" height="40" as="geometry" />
        </mxCell>
        <mxCell id="e_h1" style="edgeStyle=orthogonalEdgeStyle;rounded=1;html=1;endArrow=block;strokeColor=#475569;" edge="1" parent="1" source="SFN2" target="REMED2"><mxGeometry relative="1" as="geometry" /></mxCell>
        <mxCell id="e_h2" style="edgeStyle=orthogonalEdgeStyle;rounded=1;html=1;endArrow=block;strokeColor=#475569;" edge="1" parent="1" source="REMED2" target="AUDIT2"><mxGeometry relative="1" as="geometry" /></mxCell>
        <mxCell id="HITL_NOTE" value="✅ 실검증: 클릭→SFn SUCCEEDED→remediated→점수↑ · terraform drift 0" style="text;html=1;whiteSpace=wrap;align=left;verticalAlign=middle;fontSize=9.5;fontColor=#0E9F6E;fontStyle=1;" vertex="1" parent="1">
          <mxGeometry x="1096" y="762" width="470" height="32" as="geometry" />
        </mxCell>

        <!-- ===================== RIGHT: Scanners ===================== -->
        <mxCell id="Z_SCAN" value="🔍 스캐너 — CNAPP 6기둥 (계정을 read-only로 스캔 · agentless)" style="rounded=1;arcSize=2;whiteSpace=wrap;html=1;fillColor=#FEF2F2;strokeColor=#DC2626;strokeWidth=1.5;verticalAlign=top;align=left;spacingLeft=14;spacingTop=6;fontStyle=1;fontSize=13;fontColor=#B91C1C;" vertex="1" parent="1">
          <mxGeometry x="1612" y="88" width="604" height="264" as="geometry" />
        </mxCell>
        <mxCell id="S_CSPM" value="CSPM (설정)&#10;Config · Security Hub · Prowler(AWS+Azure)" style="rounded=1;whiteSpace=wrap;html=1;fillColor=#FFFFFF;strokeColor=#FECACA;fontColor=#0F172A;fontSize=9.5;align=left;spacingLeft=8;" vertex="1" parent="1">
          <mxGeometry x="1628" y="130" width="284" height="42" as="geometry" />
        </mxCell>
        <mxCell id="S_VULN" value="취약점 (CVE)&#10;Trivy · Inspector(Security Hub 통합)" style="rounded=1;whiteSpace=wrap;html=1;fillColor=#FFFFFF;strokeColor=#FECACA;fontColor=#0F172A;fontSize=9.5;align=left;spacingLeft=8;" vertex="1" parent="1">
          <mxGeometry x="1920" y="130" width="284" height="42" as="geometry" />
        </mxCell>
        <mxCell id="S_CIEM" value="CIEM (권한)&#10;IAM Access Analyzer · Entra(Prowler)" style="rounded=1;whiteSpace=wrap;html=1;fillColor=#FFFFFF;strokeColor=#FECACA;fontColor=#0F172A;fontSize=9.5;align=left;spacingLeft=8;" vertex="1" parent="1">
          <mxGeometry x="1628" y="180" width="284" height="42" as="geometry" />
        </mxCell>
        <mxCell id="S_KSPM" value="KSPM (K8s)&#10;kube-bench (in-cluster Job)" style="rounded=1;whiteSpace=wrap;html=1;fillColor=#FFFFFF;strokeColor=#FECACA;fontColor=#0F172A;fontSize=9.5;align=left;spacingLeft=8;" vertex="1" parent="1">
          <mxGeometry x="1920" y="180" width="284" height="42" as="geometry" />
        </mxCell>
        <mxCell id="S_DATA" value="데이터 (DSPM)&#10;Macie — S3 PII 탐지(AWS 전용)" style="rounded=1;whiteSpace=wrap;html=1;fillColor=#FFFFFF;strokeColor=#FECACA;fontColor=#0F172A;fontSize=9.5;align=left;spacingLeft=8;" vertex="1" parent="1">
          <mxGeometry x="1628" y="230" width="284" height="42" as="geometry" />
        </mxCell>
        <mxCell id="S_ATTACKPATH" value="attack-path (상관)&#10;커스텀 엔진 R1~R5 · 2-pass" style="rounded=1;whiteSpace=wrap;html=1;fillColor=#FFFFFF;strokeColor=#FBCFE8;fontColor=#0F172A;fontSize=9.5;align=left;spacingLeft=8;" vertex="1" parent="1">
          <mxGeometry x="1920" y="230" width="284" height="42" as="geometry" />
        </mxCell>
        <mxCell id="SCAN_NOTE1" value="Shift-Left: CI에서 Checkov/OPA(IaC)·Trivy(이미지) — 빌드 단계 차단" style="text;html=1;whiteSpace=wrap;align=left;verticalAlign=middle;fontSize=9;fontColor=#94A3B8;" vertex="1" parent="1">
          <mxGeometry x="1628" y="286" width="576" height="18" as="geometry" />
        </mxCell>
        <mxCell id="SCAN_NOTE2" value="GitHub Actions cron: prowler-scan · access-analyzer-scan(자동 실 스캔)" style="text;html=1;whiteSpace=wrap;align=left;verticalAlign=middle;fontSize=9;fontColor=#94A3B8;" vertex="1" parent="1">
          <mxGeometry x="1628" y="304" width="576" height="18" as="geometry" />
        </mxCell>
        <mxCell id="SCAN_NOTE3" value="→ 모든 finding은 EventBridge로 흘러 정규화 파이프라인에 합류" style="text;html=1;whiteSpace=wrap;align=left;verticalAlign=middle;fontSize=9;fontColor=#DC2626;fontStyle=1;" vertex="1" parent="1">
          <mxGeometry x="1628" y="326" width="576" height="20" as="geometry" />
        </mxCell>

        <!-- ===================== RIGHT: Azure ===================== -->
        <mxCell id="Z_AZURE" value="☁️ Azure = 신원의 주인 (Entra ID)" style="rounded=1;arcSize=3;whiteSpace=wrap;html=1;fillColor=#EFF6FF;strokeColor=#0078D4;strokeWidth=1.5;verticalAlign=top;align=left;spacingLeft=14;spacingTop=6;fontStyle=1;fontSize=13;fontColor=#075985;" vertex="1" parent="1">
          <mxGeometry x="1612" y="366" width="296" height="300" as="geometry" />
        </mxCell>
        <mxCell id="ENTRA2" value="🆔 Entra ID 테넌트&#10;cnappagentic.onmicrosoft.com" style="rounded=1;whiteSpace=wrap;html=1;fillColor=#FFFFFF;strokeColor=#BAE6FD;fontColor=#0F172A;fontSize=9.5;align=left;spacingLeft=8;" vertex="1" parent="1">
          <mxGeometry x="1626" y="402" width="268" height="40" as="geometry" />
        </mxCell>
        <mxCell id="APPREG2" value="🧩 App Reg: overpriv-app&#10;f8 과도권한 · f16 장기 cred" style="rounded=1;whiteSpace=wrap;html=1;fillColor=#FFFFFF;strokeColor=#BAE6FD;fontColor=#0F172A;fontSize=9.5;align=left;spacingLeft=8;" vertex="1" parent="1">
          <mxGeometry x="1626" y="448" width="268" height="40" as="geometry" />
        </mxCell>
        <mxCell id="ORDERSP" value="🔑 order-sp (SP)&#10;f5: 평문으로 AWS에 유출될 cred" style="rounded=1;whiteSpace=wrap;html=1;fillColor=#FFFFFF;strokeColor=#BAE6FD;fontColor=#0F172A;fontSize=9.5;align=left;spacingLeft=8;" vertex="1" parent="1">
          <mxGeometry x="1626" y="494" width="268" height="40" as="geometry" />
        </mxCell>
        <mxCell id="SAMLIDP" value="🎫 SAML IdP → Cognito&#10;SSO 페더레이션(그룹 GUID 클레임)" style="rounded=1;whiteSpace=wrap;html=1;fillColor=#FFFFFF;strokeColor=#BAE6FD;fontColor=#0F172A;fontSize=9.5;align=left;spacingLeft=8;" vertex="1" parent="1">
          <mxGeometry x="1626" y="540" width="268" height="40" as="geometry" />
        </mxCell>
        <mxCell id="DEFENDER_EXCL" value="🚫 Defender for Cloud 미사용&#10;Azure 실 리소스 0개 — 신원(Entra)만 대상" style="rounded=1;whiteSpace=wrap;html=1;fillColor=#FFFFFF;strokeColor=#BAE6FD;fontColor=#0F172A;fontSize=9;fontStyle=1;align=left;spacingLeft=8;" vertex="1" parent="1">
          <mxGeometry x="1626" y="586" width="268" height="34" as="geometry" />
        </mxCell>
        <mxCell id="AZURE_NOTE" value="데이터는 Azure에 두지 않음 — 신원만. Prowler entra_* + SP는 키리스(OIDC)" style="text;html=1;whiteSpace=wrap;align=left;verticalAlign=middle;fontSize=9;fontColor=#94A3B8;" vertex="1" parent="1">
          <mxGeometry x="1626" y="628" width="268" height="30" as="geometry" />
        </mxCell>
        <mxCell id="e_saml" value="SAML" style="edgeStyle=none;rounded=0;html=1;endArrow=block;dashed=1;strokeColor=#2563EB;fontSize=9;fontColor=#2563EB;" edge="1" parent="1" source="SAMLIDP" target="COG"><mxGeometry relative="1" as="geometry" /></mxCell>

        <!-- ===================== RIGHT: Governance ===================== -->
        <mxCell id="Z_GOV" value="🔒 거버넌스 · 키리스 원칙" style="rounded=1;arcSize=2;whiteSpace=wrap;html=1;fillColor=#F8FAFC;strokeColor=#475569;strokeWidth=1.4;verticalAlign=top;align=left;spacingLeft=14;spacingTop=6;fontStyle=1;fontSize=13;fontColor=#334155;" vertex="1" parent="1">
          <mxGeometry x="1612" y="682" width="604" height="176" as="geometry" />
        </mxCell>
        <mxCell id="G1" value="✅ read-only first — Evidence allowlist 2중 강제" style="rounded=1;whiteSpace=wrap;html=1;fillColor=#FFFFFF;strokeColor=#CBD5E1;fontColor=#0F172A;fontSize=9;align=left;spacingLeft=8;verticalAlign=middle;" vertex="1" parent="1">
          <mxGeometry x="1628" y="720" width="284" height="30" as="geometry" />
        </mxCell>
        <mxCell id="G2" value="✅ HITL — 변경은 Step Functions 승인 경로만" style="rounded=1;whiteSpace=wrap;html=1;fillColor=#FFFFFF;strokeColor=#CBD5E1;fontColor=#0F172A;fontSize=9;align=left;spacingLeft=8;verticalAlign=middle;" vertex="1" parent="1">
          <mxGeometry x="1920" y="720" width="284" height="30" as="geometry" />
        </mxCell>
        <mxCell id="G3" value="✅ 불변 감사 — S3 Object Lock" style="rounded=1;whiteSpace=wrap;html=1;fillColor=#FFFFFF;strokeColor=#CBD5E1;fontColor=#0F172A;fontSize=9;align=left;spacingLeft=8;verticalAlign=middle;" vertex="1" parent="1">
          <mxGeometry x="1628" y="756" width="284" height="30" as="geometry" />
        </mxCell>
-         <mxCell id="G4" value="✅ WAF — CloudFront 앞단 L7 방어(도그푸딩)" style="rounded=1;whiteSpace=wrap;html=1;fillColor=#FFFFFF;strokeColor=#CBD5E1;fontColor=#0F172A;fontSize=9;align=left;spacingLeft=8;verticalAlign=middle;" vertex="1" parent="1">
+         <mxCell id="G4" value="✅ WAF — CloudFront 앞단 L7 방어" style="rounded=1;whiteSpace=wrap;html=1;fillColor=#FFFFFF;strokeColor=#CBD5E1;fontColor=#0F172A;fontSize=9;align=left;spacingLeft=8;verticalAlign=middle;" vertex="1" parent="1">
          <mxGeometry x="1920" y="756" width="284" height="30" as="geometry" />
        </mxCell>
        <mxCell id="G5" value="✅ 최소권한 — IRSA · 격상 역할 분리" style="rounded=1;whiteSpace=wrap;html=1;fillColor=#FFFFFF;strokeColor=#CBD5E1;fontColor=#0F172A;fontSize=9;align=left;spacingLeft=8;verticalAlign=middle;" vertex="1" parent="1">
          <mxGeometry x="1628" y="792" width="284" height="30" as="geometry" />
        </mxCell>
        <mxCell id="G6" value="🚫 Organizations/IdentityCenter 미사용" style="rounded=1;whiteSpace=wrap;html=1;fillColor=#FFFFFF;strokeColor=#CBD5E1;fontColor=#0F172A;fontSize=9;align=left;spacingLeft=8;verticalAlign=middle;" vertex="1" parent="1">
          <mxGeometry x="1920" y="792" width="284" height="30" as="geometry" />
-         </mxCell>
-         <mxCell id="GOV_NOTE" value="종량제(Config·Prowler)는 상시, SecHub 등은 데모 직전만 켜고 destroy · Budgets 유지 · 비용: mock-first($0)·apply→검증→destroy·NAT Instance·RDS t3.micro" style="text;html=1;whiteSpace=wrap;align=left;verticalAlign=middle;fontSize=9;fontColor=#94A3B8;" vertex="1" parent="1">
-           <mxGeometry x="1628" y="828" width="576" height="26" as="geometry" />
        </mxCell>

        <!-- ===================== Golden cross-cloud attack-path ===================== -->
        <mxCell id="Z_GOLDEN" value="" style="rounded=1;arcSize=1;whiteSpace=wrap;html=1;fillColor=#FFF1F2;strokeColor=#E11D48;strokeWidth=2;" vertex="1" parent="1">
          <mxGeometry x="24" y="884" width="2192" height="150" as="geometry" />
        </mxCell>
        <mxCell id="GOLDEN_TITLE" value="❤️ 골든 크로스클라우드 attack-path" style="text;html=1;whiteSpace=wrap;align=left;verticalAlign=middle;fontSize=15;fontStyle=1;fontColor=#BE123C;" vertex="1" parent="1">
          <mxGeometry x="40" y="892" width="500" height="26" as="geometry" />
        </mxCell>
        <mxCell id="GOLDEN_SUB" value="개별로는 중위험인 finding들이 하나의 '신원 탈취' 경로로 엮임(독성 조합). MVP=분석·시각화, 실제 횡단은 보너스." style="text;html=1;whiteSpace=wrap;align=left;verticalAlign=middle;fontSize=10.5;fontColor=#9F1239;" vertex="1" parent="1">
          <mxGeometry x="500" y="894" width="900" height="20" as="geometry" />
        </mxCell>
        <mxCell id="GOLDEN_BOUND" value="⚡ ③→④ = 크로스클라우드 경계(credential_theft)" style="text;html=1;whiteSpace=wrap;align=left;verticalAlign=middle;fontSize=10;fontStyle=1;fontColor=#2563EB;" vertex="1" parent="1">
          <mxGeometry x="1470" y="894" width="400" height="20" as="geometry" />
        </mxCell>
        <mxCell id="G_S1" value="① 워크로드 침투 (AWS)&#10;product 취약 이미지(f1 KEV) → 컨테이너 장악&#10;f2 privileged 로 노드 측면 이동&#10;n1: aws:eks_pod:shop/product" style="rounded=1;whiteSpace=wrap;html=1;fillColor=#FFF7ED;strokeColor=#F59E0B;strokeWidth=1.3;fontColor=#7C2D12;fontSize=10;align=left;spacingLeft=10;spacingTop=4;" vertex="1" parent="1">
          <mxGeometry x="40" y="924" width="470" height="92" as="geometry" />
        </mxCell>
        <mxCell id="G_S2" value="② 자격증명 발견 (AWS)&#10;order 과도 IRSA(f4) + 평문 Azure SP&#10;cred(f5) 를 코드/시크릿에서 획득&#10;n2·n3: iam_role · secret_plaintext" style="rounded=1;whiteSpace=wrap;html=1;fillColor=#FFF7ED;strokeColor=#F59E0B;strokeWidth=1.3;fontColor=#7C2D12;fontSize=10;align=left;spacingLeft=10;spacingTop=4;" vertex="1" parent="1">
          <mxGeometry x="546" y="924" width="470" height="92" as="geometry" />
        </mxCell>
        <mxCell id="G_S3" value="③ 데이터 탈취 (AWS)&#10;member 공개 S3(f6)에서 회원 PII(f7) 탈취&#10;Macie가 미리 탐지한 미끼&#10;n1': aws:s3_bucket:member-pii" style="rounded=1;whiteSpace=wrap;html=1;fillColor=#FFF7ED;strokeColor=#F59E0B;strokeWidth=1.3;fontColor=#7C2D12;fontSize=10;align=left;spacingLeft=10;spacingTop=4;" vertex="1" parent="1">
          <mxGeometry x="1052" y="924" width="470" height="92" as="geometry" />
        </mxCell>
        <mxCell id="G_S4" value="④ 신원 장악 (Azure Entra) — 디렉터리 전체 통제&#10;탈취한 Azure SP cred 로 Entra 과도권한 App(f8) 장악&#10;Directory.ReadWrite.All 로 테넌트 신원 통제권 획득&#10;n4·n5: azure service_principal · app_registration" style="rounded=1;whiteSpace=wrap;html=1;fillColor=#EFF6FF;strokeColor=#0078D4;strokeWidth=1.5;fontColor=#0C4A6E;fontSize=10;align=left;spacingLeft=10;spacingTop=4;" vertex="1" parent="1">
          <mxGeometry x="1596" y="924" width="620" height="92" as="geometry" />
        </mxCell>
        <mxCell id="e_g1" style="edgeStyle=none;rounded=0;html=1;endArrow=block;strokeColor=#E11D48;strokeWidth=2;" edge="1" parent="1" source="G_S1" target="G_S2"><mxGeometry relative="1" as="geometry" /></mxCell>
        <mxCell id="e_g2" style="edgeStyle=none;rounded=0;html=1;endArrow=block;strokeColor=#E11D48;strokeWidth=2;" edge="1" parent="1" source="G_S2" target="G_S3"><mxGeometry relative="1" as="geometry" /></mxCell>
        <mxCell id="e_g3" style="edgeStyle=none;rounded=0;html=1;endArrow=block;strokeColor=#2563EB;strokeWidth=2.5;" edge="1" parent="1" source="G_S3" target="G_S4"><mxGeometry relative="1" as="geometry" /></mxCell>

        <!-- 스캐너 → EventBridge 연결(전체 흐름 강조) -->
        <mxCell id="e_scan_flow" style="edgeStyle=none;rounded=0;html=1;endArrow=block;dashed=1;strokeColor=#DC2626;opacity=55;" edge="1" parent="1" source="Z_SCAN" target="EB2"><mxGeometry relative="1" as="geometry" /></mxCell>

        <!-- ===================== Monitoring / Observability ===================== -->
        <mxCell id="Z_MON2" value="📊 관측 · 보안 (Monitoring)" style="rounded=1;arcSize=1;whiteSpace=wrap;html=1;fillColor=#FFFBEB;strokeColor=#D97706;strokeWidth=1.6;verticalAlign=top;align=left;spacingLeft=16;spacingTop=8;fontStyle=1;fontSize=14;fontColor=#92400E;" vertex="1" parent="1">
          <mxGeometry x="24" y="1054" width="2192" height="132" as="geometry" />
        </mxCell>
        <mxCell id="M_CW" value="📈 CloudWatch&#10;대시보드24위젯·알람7종·WAF 차단지표" style="rounded=1;whiteSpace=wrap;html=1;fillColor=#FFFFFF;strokeColor=#FDE68A;fontColor=#0F172A;fontSize=9.5;align=left;spacingLeft=8;" vertex="1" parent="1">
          <mxGeometry x="40" y="1090" width="340" height="46" as="geometry" />
        </mxCell>
        <mxCell id="M_XRAY" value="🩻 X-Ray&#10;5λ 분산추적 · SQS=links·EventBridge=병합" style="rounded=1;whiteSpace=wrap;html=1;fillColor=#FFFFFF;strokeColor=#FDE68A;fontColor=#0F172A;fontSize=9.5;align=left;spacingLeft=8;" vertex="1" parent="1">
          <mxGeometry x="396" y="1090" width="340" height="46" as="geometry" />
        </mxCell>
        <mxCell id="M_CT" value="📜 CloudTrail&#10;관리 이벤트 전량 감사" style="rounded=1;whiteSpace=wrap;html=1;fillColor=#FFFFFF;strokeColor=#FDE68A;fontColor=#0F172A;fontSize=9.5;align=left;spacingLeft=8;" vertex="1" parent="1">
          <mxGeometry x="752" y="1090" width="340" height="46" as="geometry" />
        </mxCell>
        <mxCell id="M_GRAF" value="📊 Grafana (on EKS)&#10;CW·Prometheus·Postgres·X-Ray 4소스" style="rounded=1;whiteSpace=wrap;html=1;fillColor=#FFFFFF;strokeColor=#FDE68A;fontColor=#0F172A;fontSize=9.5;align=left;spacingLeft=8;" vertex="1" parent="1">
          <mxGeometry x="1108" y="1090" width="340" height="46" as="geometry" />
        </mxCell>
        <mxCell id="M_TEAMS" value="💬 Microsoft Teams&#10;alerts·cost·login 채널 알림" style="rounded=1;whiteSpace=wrap;html=1;fillColor=#FFFFFF;strokeColor=#FDE68A;fontColor=#0F172A;fontSize=9.5;align=left;spacingLeft=8;" vertex="1" parent="1">
          <mxGeometry x="1464" y="1090" width="340" height="46" as="geometry" />
        </mxCell>
        <mxCell id="M_GHA" value="🤖 GitHub Actions cron&#10;live-health-canary(합성 모니터링,20분) 등" style="rounded=1;whiteSpace=wrap;html=1;fillColor=#FFFFFF;strokeColor=#FDE68A;fontColor=#0F172A;fontSize=9.5;align=left;spacingLeft=8;" vertex="1" parent="1">
          <mxGeometry x="1820" y="1090" width="376" height="46" as="geometry" />
        </mxCell>
        <mxCell id="MON_NOTE" value="💡 리소스 에러 0인데 사용자 관점 고장(Cognito 드리프트 등)은 CloudWatch가 못 잡음 — live-health-canary가 실 SPA·API를 직접 curl해서 보완" style="text;html=1;whiteSpace=wrap;align=left;verticalAlign=middle;fontSize=9.5;fontColor=#B45309;" vertex="1" parent="1">
          <mxGeometry x="40" y="1160" width="1600" height="20" as="geometry" />
        </mxCell>

        <!-- ===================== Legend ===================== -->
        <mxCell id="LEG1" value="컴퓨트(EKS·λ·EC2)" style="text;html=1;align=left;verticalAlign=middle;fontSize=10;fontColor=#475569;" vertex="1" parent="1"><mxGeometry x="60" y="1210" width="160" height="18" as="geometry" /></mxCell>
        <mxCell id="LEG1SW" value="" style="rounded=0;whiteSpace=wrap;html=1;fillColor=#ED7100;strokeColor=none;" vertex="1" parent="1"><mxGeometry x="40" y="1212" width="14" height="14" as="geometry" /></mxCell>
        <mxCell id="LEG2" value="데이터베이스(RDS·pgvector)" style="text;html=1;align=left;verticalAlign=middle;fontSize=10;fontColor=#475569;" vertex="1" parent="1"><mxGeometry x="220" y="1210" width="200" height="18" as="geometry" /></mxCell>
        <mxCell id="LEG2SW" value="" style="rounded=0;whiteSpace=wrap;html=1;fillColor=#3334B9;strokeColor=none;" vertex="1" parent="1"><mxGeometry x="200" y="1212" width="14" height="14" as="geometry" /></mxCell>
        <mxCell id="LEG3" value="스토리지(S3)" style="text;html=1;align=left;verticalAlign=middle;fontSize=10;fontColor=#475569;" vertex="1" parent="1"><mxGeometry x="440" y="1210" width="120" height="18" as="geometry" /></mxCell>
        <mxCell id="LEG3SW" value="" style="rounded=0;whiteSpace=wrap;html=1;fillColor=#569A31;strokeColor=none;" vertex="1" parent="1"><mxGeometry x="420" y="1212" width="14" height="14" as="geometry" /></mxCell>
        <mxCell id="LEG4" value="네트워크(VPC·ALB·CF)" style="text;html=1;align=left;verticalAlign=middle;fontSize=10;fontColor=#475569;" vertex="1" parent="1"><mxGeometry x="580" y="1210" width="170" height="18" as="geometry" /></mxCell>
        <mxCell id="LEG4SW" value="" style="rounded=0;whiteSpace=wrap;html=1;fillColor=#8C4FFF;strokeColor=none;" vertex="1" parent="1"><mxGeometry x="560" y="1212" width="14" height="14" as="geometry" /></mxCell>
        <mxCell id="LEG5" value="보안(스캐너·IAM·WAF·Cognito)" style="text;html=1;align=left;verticalAlign=middle;fontSize=10;fontColor=#475569;" vertex="1" parent="1"><mxGeometry x="790" y="1210" width="220" height="18" as="geometry" /></mxCell>
        <mxCell id="LEG5SW" value="" style="rounded=0;whiteSpace=wrap;html=1;fillColor=#DD344C;strokeColor=none;" vertex="1" parent="1"><mxGeometry x="770" y="1212" width="14" height="14" as="geometry" /></mxCell>
        <mxCell id="LEG6" value="통합(EventBridge·SQS·SFn)" style="text;html=1;align=left;verticalAlign=middle;fontSize=10;fontColor=#475569;" vertex="1" parent="1"><mxGeometry x="1030" y="1210" width="200" height="18" as="geometry" /></mxCell>
        <mxCell id="LEG6SW" value="" style="rounded=0;whiteSpace=wrap;html=1;fillColor=#E7157B;strokeColor=none;" vertex="1" parent="1"><mxGeometry x="1010" y="1212" width="14" height="14" as="geometry" /></mxCell>
        <mxCell id="LEG7" value="AI(Bedrock·RAG)" style="text;html=1;align=left;verticalAlign=middle;fontSize=10;fontColor=#475569;" vertex="1" parent="1"><mxGeometry x="1230" y="1210" width="150" height="18" as="geometry" /></mxCell>
        <mxCell id="LEG7SW" value="" style="rounded=0;whiteSpace=wrap;html=1;fillColor=#01A88D;strokeColor=none;" vertex="1" parent="1"><mxGeometry x="1210" y="1212" width="14" height="14" as="geometry" /></mxCell>
        <mxCell id="LEG8" value="Azure(Entra)" style="text;html=1;align=left;verticalAlign=middle;fontSize=10;fontColor=#475569;" vertex="1" parent="1"><mxGeometry x="1380" y="1210" width="120" height="18" as="geometry" /></mxCell>
        <mxCell id="LEG8SW" value="" style="rounded=0;whiteSpace=wrap;html=1;fillColor=#0078D4;strokeColor=none;" vertex="1" parent="1"><mxGeometry x="1360" y="1212" width="14" height="14" as="geometry" /></mxCell>
        <mxCell id="LEG10" value="━ 결함/공격 흐름" style="text;html=1;align=left;verticalAlign=middle;fontSize=10;fontColor=#DC2626;" vertex="1" parent="1"><mxGeometry x="1790" y="1210" width="150" height="18" as="geometry" /></mxCell>
        <mxCell id="LEG11" value="━ 에이전틱(tool-use)" style="text;html=1;align=left;verticalAlign=middle;fontSize=10;fontColor=#0E9F6E;" vertex="1" parent="1"><mxGeometry x="1950" y="1210" width="180" height="18" as="geometry" /></mxCell>
        <mxCell id="LEG_FOOT" value="f1~f8 = 의도적 결함(target-app-design) · 2026-07-09 기준 — 라이브 실측 반영" style="text;html=1;align=left;verticalAlign=middle;fontSize=10;fontColor=#94A3B8;" vertex="1" parent="1"><mxGeometry x="40" y="1234" width="700" height="18" as="geometry" /></mxCell>

      </root>
    </mxGraphModel>
  </diagram>
</mxfile>
